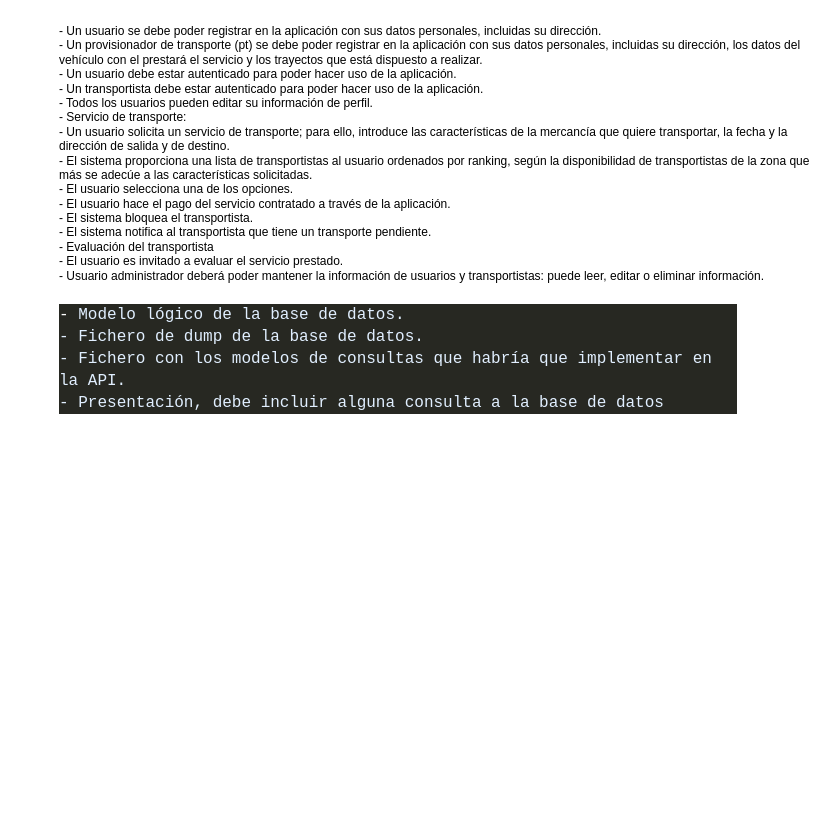
Before: Diagrama sin título.drawio in Factoria-F5-Git/mudapp-loquetucorazontediga, a draw.io diagram. Source tidied: cells renumbered, new cells numbered last; positions are measured from the earlier drawing's top-left corner, leaving out a move shared by most shapes. Both pictures are drawn from the tidied source at 100%, with x=0, y=0 at pixel (57, 17).
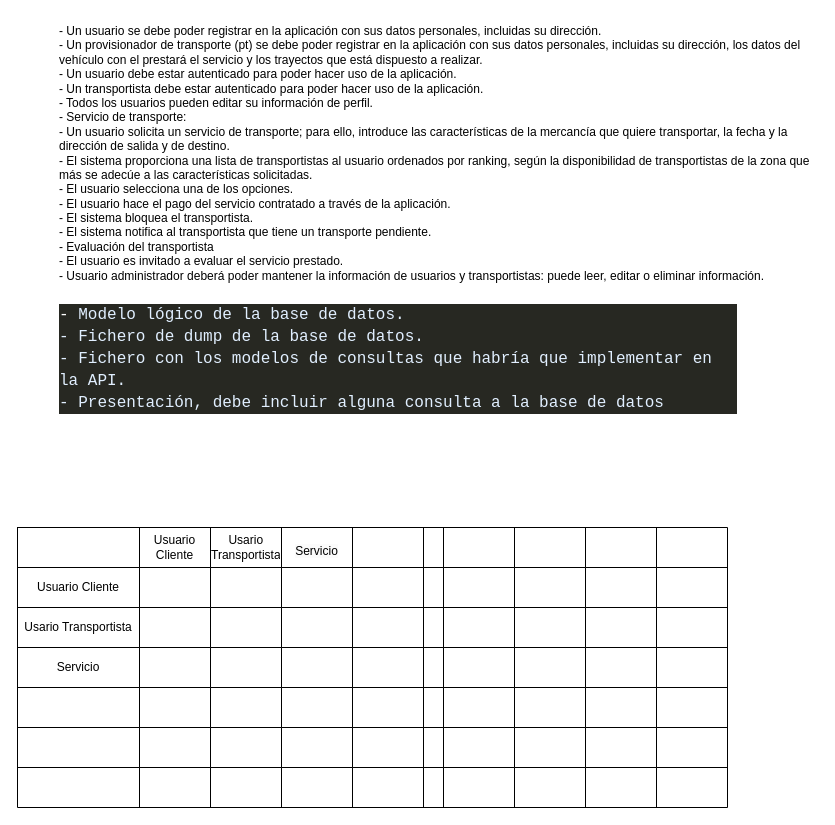
The same page after the edit.

What changed in the source:
```diff
@@
+    <mxCell id="4" style="shape=table;startSize=0;childLayout=tableLayout;" parent="1" vertex="1">
+      <mxGeometry x="-40" y="510" width="710" height="280" as="geometry" />
+    </mxCell>
+    <mxCell id="5" style="shape=tableRow;horizontal=0;startSize=0;swimlaneHead=0;swimlaneBody=0;strokeColor=inherit;top=0;left=0;bottom=0;right=0;fillColor=none;" parent="4" vertex="1">
+      <mxGeometry width="710" height="40" as="geometry" />
+    </mxCell>
+    <mxCell id="6" style="shape=partialRectangle;html=1;whiteSpace=wrap;strokeColor=inherit;overflow=hidden;fillColor=none;top=0;left=0;bottom=0;right=0;" parent="5" vertex="1">
+      <mxGeometry width="122" height="40" as="geometry" />
+    </mxCell>
+    <mxCell id="7" value="Usuario Cliente" style="shape=partialRectangle;html=1;whiteSpace=wrap;strokeColor=inherit;overflow=hidden;fillColor=none;top=0;left=0;bottom=0;right=0;" parent="5" vertex="1">
+      <mxGeometry x="122" width="71" height="40" as="geometry" />
+    </mxCell>
+    <mxCell id="8" value="Usario Transportista" style="shape=partialRectangle;html=1;whiteSpace=wrap;strokeColor=inherit;overflow=hidden;fillColor=none;top=0;left=0;bottom=0;right=0;" parent="5" vertex="1">
+      <mxGeometry x="193" width="71" height="40" as="geometry" />
+    </mxCell>
+    <mxCell id="9" value="&#10;&lt;span style=&quot;color: rgb(0, 0, 0); font-family: Helvetica; font-size: 12px; font-style: normal; font-variant-ligatures: normal; font-variant-caps: normal; font-weight: 400; letter-spacing: normal; orphans: 2; text-align: center; text-indent: 0px; text-transform: none; widows: 2; word-spacing: 0px; -webkit-text-stroke-width: 0px; background-color: rgb(251, 251, 251); text-decoration-thickness: initial; text-decoration-style: initial; text-decoration-color: initial; float: none; display: inline !important;&quot;&gt;Servicio&lt;/span&gt;&#10;&#10;" style="shape=partialRectangle;html=1;whiteSpace=wrap;strokeColor=inherit;overflow=hidden;fillColor=none;top=0;left=0;bottom=0;right=0;" parent="5" vertex="1">
+      <mxGeometry x="264" width="71" height="40" as="geometry" />
+    </mxCell>
+    <mxCell id="10" style="shape=partialRectangle;html=1;whiteSpace=wrap;strokeColor=inherit;overflow=hidden;fillColor=none;top=0;left=0;bottom=0;right=0;" parent="5" vertex="1">
+      <mxGeometry x="335" width="71" height="40" as="geometry" />
+    </mxCell>
+    <mxCell id="11" style="shape=partialRectangle;html=1;whiteSpace=wrap;strokeColor=inherit;overflow=hidden;fillColor=none;top=0;left=0;bottom=0;right=0;" parent="5" vertex="1">
+      <mxGeometry x="406" width="20" height="40" as="geometry" />
+    </mxCell>
+    <mxCell id="12" style="shape=partialRectangle;html=1;whiteSpace=wrap;strokeColor=inherit;overflow=hidden;fillColor=none;top=0;left=0;bottom=0;right=0;" parent="5" vertex="1">
+      <mxGeometry x="426" width="71" height="40" as="geometry" />
+    </mxCell>
+    <mxCell id="13" style="shape=partialRectangle;html=1;whiteSpace=wrap;strokeColor=inherit;overflow=hidden;fillColor=none;top=0;left=0;bottom=0;right=0;" parent="5" vertex="1">
+      <mxGeometry x="497" width="71" height="40" as="geometry" />
+    </mxCell>
+    <mxCell id="14" style="shape=partialRectangle;html=1;whiteSpace=wrap;strokeColor=inherit;overflow=hidden;fillColor=none;top=0;left=0;bottom=0;right=0;" parent="5" vertex="1">
+      <mxGeometry x="568" width="71" height="40" as="geometry" />
+    </mxCell>
+    <mxCell id="15" style="shape=partialRectangle;html=1;whiteSpace=wrap;strokeColor=inherit;overflow=hidden;fillColor=none;top=0;left=0;bottom=0;right=0;" parent="5" vertex="1">
+      <mxGeometry x="639" width="71" height="40" as="geometry" />
+    </mxCell>
+    <mxCell id="16" style="shape=tableRow;horizontal=0;startSize=0;swimlaneHead=0;swimlaneBody=0;strokeColor=inherit;top=0;left=0;bottom=0;right=0;fillColor=none;" parent="4" vertex="1">
+      <mxGeometry y="40" width="710" height="40" as="geometry" />
+    </mxCell>
+    <mxCell id="17" value="Usuario Cliente" style="shape=partialRectangle;html=1;whiteSpace=wrap;strokeColor=inherit;overflow=hidden;fillColor=none;top=0;left=0;bottom=0;right=0;" parent="16" vertex="1">
+      <mxGeometry width="122" height="40" as="geometry" />
+    </mxCell>
+    <mxCell id="18" style="shape=partialRectangle;html=1;whiteSpace=wrap;strokeColor=inherit;overflow=hidden;fillColor=none;top=0;left=0;bottom=0;right=0;" parent="16" vertex="1">
+      <mxGeometry x="122" width="71" height="40" as="geometry" />
+    </mxCell>
+    <mxCell id="19" style="shape=partialRectangle;html=1;whiteSpace=wrap;strokeColor=inherit;overflow=hidden;fillColor=none;top=0;left=0;bottom=0;right=0;" parent="16" vertex="1">
+      <mxGeometry x="193" width="71" height="40" as="geometry" />
+    </mxCell>
+    <mxCell id="20" style="shape=partialRectangle;html=1;whiteSpace=wrap;strokeColor=inherit;overflow=hidden;fillColor=none;top=0;left=0;bottom=0;right=0;" parent="16" vertex="1">
+      <mxGeometry x="264" width="71" height="40" as="geometry" />
+    </mxCell>
+    <mxCell id="21" style="shape=partialRectangle;html=1;whiteSpace=wrap;strokeColor=inherit;overflow=hidden;fillColor=none;top=0;left=0;bottom=0;right=0;" parent="16" vertex="1">
+      <mxGeometry x="335" width="71" height="40" as="geometry" />
+    </mxCell>
+    <mxCell id="22" style="shape=partialRectangle;html=1;whiteSpace=wrap;strokeColor=inherit;overflow=hidden;fillColor=none;top=0;left=0;bottom=0;right=0;" parent="16" vertex="1">
+      <mxGeometry x="406" width="20" height="40" as="geometry" />
+    </mxCell>
+    <mxCell id="23" style="shape=partialRectangle;html=1;whiteSpace=wrap;strokeColor=inherit;overflow=hidden;fillColor=none;top=0;left=0;bottom=0;right=0;" parent="16" vertex="1">
+      <mxGeometry x="426" width="71" height="40" as="geometry" />
+    </mxCell>
+    <mxCell id="24" style="shape=partialRectangle;html=1;whiteSpace=wrap;strokeColor=inherit;overflow=hidden;fillColor=none;top=0;left=0;bottom=0;right=0;" parent="16" vertex="1">
+      <mxGeometry x="497" width="71" height="40" as="geometry" />
+    </mxCell>
+    <mxCell id="25" style="shape=partialRectangle;html=1;whiteSpace=wrap;strokeColor=inherit;overflow=hidden;fillColor=none;top=0;left=0;bottom=0;right=0;" parent="16" vertex="1">
+      <mxGeometry x="568" width="71" height="40" as="geometry" />
+    </mxCell>
+    <mxCell id="26" style="shape=partialRectangle;html=1;whiteSpace=wrap;strokeColor=inherit;overflow=hidden;fillColor=none;top=0;left=0;bottom=0;right=0;" parent="16" vertex="1">
+      <mxGeometry x="639" width="71" height="40" as="geometry" />
+    </mxCell>
+    <mxCell id="27" style="shape=tableRow;horizontal=0;startSize=0;swimlaneHead=0;swimlaneBody=0;strokeColor=inherit;top=0;left=0;bottom=0;right=0;fillColor=none;" parent="4" vertex="1">
+      <mxGeometry y="80" width="710" height="40" as="geometry" />
+    </mxCell>
+    <mxCell id="28" value="Usario Transportista" style="shape=partialRectangle;html=1;whiteSpace=wrap;strokeColor=inherit;overflow=hidden;fillColor=none;top=0;left=0;bottom=0;right=0;" parent="27" vertex="1">
+      <mxGeometry width="122" height="40" as="geometry" />
+    </mxCell>
+    <mxCell id="29" style="shape=partialRectangle;html=1;whiteSpace=wrap;strokeColor=inherit;overflow=hidden;fillColor=none;top=0;left=0;bottom=0;right=0;" parent="27" vertex="1">
+      <mxGeometry x="122" width="71" height="40" as="geometry" />
+    </mxCell>
+    <mxCell id="30" style="shape=partialRectangle;html=1;whiteSpace=wrap;strokeColor=inherit;overflow=hidden;fillColor=none;top=0;left=0;bottom=0;right=0;" parent="27" vertex="1">
+      <mxGeometry x="193" width="71" height="40" as="geometry" />
+    </mxCell>
+    <mxCell id="31" style="shape=partialRectangle;html=1;whiteSpace=wrap;strokeColor=inherit;overflow=hidden;fillColor=none;top=0;left=0;bottom=0;right=0;" parent="27" vertex="1">
+      <mxGeometry x="264" width="71" height="40" as="geometry" />
+    </mxCell>
+    <mxCell id="32" style="shape=partialRectangle;html=1;whiteSpace=wrap;strokeColor=inherit;overflow=hidden;fillColor=none;top=0;left=0;bottom=0;right=0;" parent="27" vertex="1">
+      <mxGeometry x="335" width="71" height="40" as="geometry" />
+    </mxCell>
+    <mxCell id="33" style="shape=partialRectangle;html=1;whiteSpace=wrap;strokeColor=inherit;overflow=hidden;fillColor=none;top=0;left=0;bottom=0;right=0;" parent="27" vertex="1">
+      <mxGeometry x="406" width="20" height="40" as="geometry" />
+    </mxCell>
+    <mxCell id="34" style="shape=partialRectangle;html=1;whiteSpace=wrap;strokeColor=inherit;overflow=hidden;fillColor=none;top=0;left=0;bottom=0;right=0;" parent="27" vertex="1">
+      <mxGeometry x="426" width="71" height="40" as="geometry" />
+    </mxCell>
+    <mxCell id="35" style="shape=partialRectangle;html=1;whiteSpace=wrap;strokeColor=inherit;overflow=hidden;fillColor=none;top=0;left=0;bottom=0;right=0;" parent="27" vertex="1">
+      <mxGeometry x="497" width="71" height="40" as="geometry" />
+    </mxCell>
+    <mxCell id="36" style="shape=partialRectangle;html=1;whiteSpace=wrap;strokeColor=inherit;overflow=hidden;fillColor=none;top=0;left=0;bottom=0;right=0;" parent="27" vertex="1">
+      <mxGeometry x="568" width="71" height="40" as="geometry" />
+    </mxCell>
+    <mxCell id="37" style="shape=partialRectangle;html=1;whiteSpace=wrap;strokeColor=inherit;overflow=hidden;fillColor=none;top=0;left=0;bottom=0;right=0;" parent="27" vertex="1">
+      <mxGeometry x="639" width="71" height="40" as="geometry" />
+    </mxCell>
+    <mxCell id="38" style="shape=tableRow;horizontal=0;startSize=0;swimlaneHead=0;swimlaneBody=0;strokeColor=inherit;top=0;left=0;bottom=0;right=0;fillColor=none;" parent="4" vertex="1">
+      <mxGeometry y="120" width="710" height="40" as="geometry" />
+    </mxCell>
+    <mxCell id="39" value="Servicio" style="shape=partialRectangle;html=1;whiteSpace=wrap;strokeColor=inherit;overflow=hidden;fillColor=none;top=0;left=0;bottom=0;right=0;" parent="38" vertex="1">
+      <mxGeometry width="122" height="40" as="geometry" />
+    </mxCell>
+    <mxCell id="40" style="shape=partialRectangle;html=1;whiteSpace=wrap;strokeColor=inherit;overflow=hidden;fillColor=none;top=0;left=0;bottom=0;right=0;" parent="38" vertex="1">
+      <mxGeometry x="122" width="71" height="40" as="geometry" />
+    </mxCell>
+    <mxCell id="41" style="shape=partialRectangle;html=1;whiteSpace=wrap;strokeColor=inherit;overflow=hidden;fillColor=none;top=0;left=0;bottom=0;right=0;" parent="38" vertex="1">
+      <mxGeometry x="193" width="71" height="40" as="geometry" />
+    </mxCell>
+    <mxCell id="42" style="shape=partialRectangle;html=1;whiteSpace=wrap;strokeColor=inherit;overflow=hidden;fillColor=none;top=0;left=0;bottom=0;right=0;" parent="38" vertex="1">
+      <mxGeometry x="264" width="71" height="40" as="geometry" />
+    </mxCell>
+    <mxCell id="43" style="shape=partialRectangle;html=1;whiteSpace=wrap;strokeColor=inherit;overflow=hidden;fillColor=none;top=0;left=0;bottom=0;right=0;" parent="38" vertex="1">
+      <mxGeometry x="335" width="71" height="40" as="geometry" />
+    </mxCell>
+    <mxCell id="44" style="shape=partialRectangle;html=1;whiteSpace=wrap;strokeColor=inherit;overflow=hidden;fillColor=none;top=0;left=0;bottom=0;right=0;" parent="38" vertex="1">
+      <mxGeometry x="406" width="20" height="40" as="geometry" />
+    </mxCell>
+    <mxCell id="45" style="shape=partialRectangle;html=1;whiteSpace=wrap;strokeColor=inherit;overflow=hidden;fillColor=none;top=0;left=0;bottom=0;right=0;" parent="38" vertex="1">
+      <mxGeometry x="426" width="71" height="40" as="geometry" />
+    </mxCell>
+    <mxCell id="46" style="shape=partialRectangle;html=1;whiteSpace=wrap;strokeColor=inherit;overflow=hidden;fillColor=none;top=0;left=0;bottom=0;right=0;" parent="38" vertex="1">
+      <mxGeometry x="497" width="71" height="40" as="geometry" />
+    </mxCell>
+    <mxCell id="47" style="shape=partialRectangle;html=1;whiteSpace=wrap;strokeColor=inherit;overflow=hidden;fillColor=none;top=0;left=0;bottom=0;right=0;" parent="38" vertex="1">
+      <mxGeometry x="568" width="71" height="40" as="geometry" />
+    </mxCell>
+    <mxCell id="48" style="shape=partialRectangle;html=1;whiteSpace=wrap;strokeColor=inherit;overflow=hidden;fillColor=none;top=0;left=0;bottom=0;right=0;" parent="38" vertex="1">
+      <mxGeometry x="639" width="71" height="40" as="geometry" />
+    </mxCell>
+    <mxCell id="49" style="shape=tableRow;horizontal=0;startSize=0;swimlaneHead=0;swimlaneBody=0;strokeColor=inherit;top=0;left=0;bottom=0;right=0;fillColor=none;" parent="4" vertex="1">
+      <mxGeometry y="160" width="710" height="40" as="geometry" />
+    </mxCell>
+    <mxCell id="50" style="shape=partialRectangle;html=1;whiteSpace=wrap;strokeColor=inherit;overflow=hidden;fillColor=none;top=0;left=0;bottom=0;right=0;" parent="49" vertex="1">
+      <mxGeometry width="122" height="40" as="geometry" />
+    </mxCell>
+    <mxCell id="51" style="shape=partialRectangle;html=1;whiteSpace=wrap;strokeColor=inherit;overflow=hidden;fillColor=none;top=0;left=0;bottom=0;right=0;" parent="49" vertex="1">
+      <mxGeometry x="122" width="71" height="40" as="geometry" />
+    </mxCell>
+    <mxCell id="52" style="shape=partialRectangle;html=1;whiteSpace=wrap;strokeColor=inherit;overflow=hidden;fillColor=none;top=0;left=0;bottom=0;right=0;" parent="49" vertex="1">
+      <mxGeometry x="193" width="71" height="40" as="geometry" />
+    </mxCell>
+    <mxCell id="53" style="shape=partialRectangle;html=1;whiteSpace=wrap;strokeColor=inherit;overflow=hidden;fillColor=none;top=0;left=0;bottom=0;right=0;" parent="49" vertex="1">
+      <mxGeometry x="264" width="71" height="40" as="geometry" />
+    </mxCell>
+    <mxCell id="54" style="shape=partialRectangle;html=1;whiteSpace=wrap;strokeColor=inherit;overflow=hidden;fillColor=none;top=0;left=0;bottom=0;right=0;" parent="49" vertex="1">
+      <mxGeometry x="335" width="71" height="40" as="geometry" />
+    </mxCell>
+    <mxCell id="55" style="shape=partialRectangle;html=1;whiteSpace=wrap;strokeColor=inherit;overflow=hidden;fillColor=none;top=0;left=0;bottom=0;right=0;" parent="49" vertex="1">
+      <mxGeometry x="406" width="20" height="40" as="geometry" />
+    </mxCell>
+    <mxCell id="56" style="shape=partialRectangle;html=1;whiteSpace=wrap;strokeColor=inherit;overflow=hidden;fillColor=none;top=0;left=0;bottom=0;right=0;" parent="49" vertex="1">
+      <mxGeometry x="426" width="71" height="40" as="geometry" />
+    </mxCell>
+    <mxCell id="57" style="shape=partialRectangle;html=1;whiteSpace=wrap;strokeColor=inherit;overflow=hidden;fillColor=none;top=0;left=0;bottom=0;right=0;" parent="49" vertex="1">
+      <mxGeometry x="497" width="71" height="40" as="geometry" />
+    </mxCell>
+    <mxCell id="58" style="shape=partialRectangle;html=1;whiteSpace=wrap;strokeColor=inherit;overflow=hidden;fillColor=none;top=0;left=0;bottom=0;right=0;" parent="49" vertex="1">
+      <mxGeometry x="568" width="71" height="40" as="geometry" />
+    </mxCell>
+    <mxCell id="59" style="shape=partialRectangle;html=1;whiteSpace=wrap;strokeColor=inherit;overflow=hidden;fillColor=none;top=0;left=0;bottom=0;right=0;" parent="49" vertex="1">
+      <mxGeometry x="639" width="71" height="40" as="geometry" />
+    </mxCell>
+    <mxCell id="60" style="shape=tableRow;horizontal=0;startSize=0;swimlaneHead=0;swimlaneBody=0;strokeColor=inherit;top=0;left=0;bottom=0;right=0;fillColor=none;" parent="4" vertex="1">
+      <mxGeometry y="200" width="710" height="40" as="geometry" />
+    </mxCell>
+    <mxCell id="61" style="shape=partialRectangle;html=1;whiteSpace=wrap;strokeColor=inherit;overflow=hidden;fillColor=none;top=0;left=0;bottom=0;right=0;" parent="60" vertex="1">
+      <mxGeometry width="122" height="40" as="geometry" />
+    </mxCell>
+    <mxCell id="62" style="shape=partialRectangle;html=1;whiteSpace=wrap;strokeColor=inherit;overflow=hidden;fillColor=none;top=0;left=0;bottom=0;right=0;" parent="60" vertex="1">
+      <mxGeometry x="122" width="71" height="40" as="geometry" />
+    </mxCell>
+    <mxCell id="63" style="shape=partialRectangle;html=1;whiteSpace=wrap;strokeColor=inherit;overflow=hidden;fillColor=none;top=0;left=0;bottom=0;right=0;" parent="60" vertex="1">
+      <mxGeometry x="193" width="71" height="40" as="geometry" />
+    </mxCell>
+    <mxCell id="64" style="shape=partialRectangle;html=1;whiteSpace=wrap;strokeColor=inherit;overflow=hidden;fillColor=none;top=0;left=0;bottom=0;right=0;" parent="60" vertex="1">
+      <mxGeometry x="264" width="71" height="40" as="geometry" />
+    </mxCell>
+    <mxCell id="65" style="shape=partialRectangle;html=1;whiteSpace=wrap;strokeColor=inherit;overflow=hidden;fillColor=none;top=0;left=0;bottom=0;right=0;" parent="60" vertex="1">
+      <mxGeometry x="335" width="71" height="40" as="geometry" />
+    </mxCell>
+    <mxCell id="66" style="shape=partialRectangle;html=1;whiteSpace=wrap;strokeColor=inherit;overflow=hidden;fillColor=none;top=0;left=0;bottom=0;right=0;" parent="60" vertex="1">
+      <mxGeometry x="406" width="20" height="40" as="geometry" />
+    </mxCell>
+    <mxCell id="67" style="shape=partialRectangle;html=1;whiteSpace=wrap;strokeColor=inherit;overflow=hidden;fillColor=none;top=0;left=0;bottom=0;right=0;" parent="60" vertex="1">
+      <mxGeometry x="426" width="71" height="40" as="geometry" />
+    </mxCell>
+    <mxCell id="68" style="shape=partialRectangle;html=1;whiteSpace=wrap;strokeColor=inherit;overflow=hidden;fillColor=none;top=0;left=0;bottom=0;right=0;" parent="60" vertex="1">
+      <mxGeometry x="497" width="71" height="40" as="geometry" />
+    </mxCell>
+    <mxCell id="69" style="shape=partialRectangle;html=1;whiteSpace=wrap;strokeColor=inherit;overflow=hidden;fillColor=none;top=0;left=0;bottom=0;right=0;" parent="60" vertex="1">
+      <mxGeometry x="568" width="71" height="40" as="geometry" />
+    </mxCell>
+    <mxCell id="70" style="shape=partialRectangle;html=1;whiteSpace=wrap;strokeColor=inherit;overflow=hidden;fillColor=none;top=0;left=0;bottom=0;right=0;" parent="60" vertex="1">
+      <mxGeometry x="639" width="71" height="40" as="geometry" />
+    </mxCell>
+    <mxCell id="71" style="shape=tableRow;horizontal=0;startSize=0;swimlaneHead=0;swimlaneBody=0;strokeColor=inherit;top=0;left=0;bottom=0;right=0;fillColor=none;" parent="4" vertex="1">
+      <mxGeometry y="240" width="710" height="40" as="geometry" />
+    </mxCell>
+    <mxCell id="72" style="shape=partialRectangle;html=1;whiteSpace=wrap;strokeColor=inherit;overflow=hidden;fillColor=none;top=0;left=0;bottom=0;right=0;" parent="71" vertex="1">
+      <mxGeometry width="122" height="40" as="geometry" />
+    </mxCell>
+    <mxCell id="73" style="shape=partialRectangle;html=1;whiteSpace=wrap;strokeColor=inherit;overflow=hidden;fillColor=none;top=0;left=0;bottom=0;right=0;" parent="71" vertex="1">
+      <mxGeometry x="122" width="71" height="40" as="geometry" />
+    </mxCell>
+    <mxCell id="74" style="shape=partialRectangle;html=1;whiteSpace=wrap;strokeColor=inherit;overflow=hidden;fillColor=none;top=0;left=0;bottom=0;right=0;" parent="71" vertex="1">
+      <mxGeometry x="193" width="71" height="40" as="geometry" />
+    </mxCell>
+    <mxCell id="75" style="shape=partialRectangle;html=1;whiteSpace=wrap;strokeColor=inherit;overflow=hidden;fillColor=none;top=0;left=0;bottom=0;right=0;" parent="71" vertex="1">
+      <mxGeometry x="264" width="71" height="40" as="geometry" />
+    </mxCell>
+    <mxCell id="76" style="shape=partialRectangle;html=1;whiteSpace=wrap;strokeColor=inherit;overflow=hidden;fillColor=none;top=0;left=0;bottom=0;right=0;" parent="71" vertex="1">
+      <mxGeometry x="335" width="71" height="40" as="geometry" />
+    </mxCell>
+    <mxCell id="77" style="shape=partialRectangle;html=1;whiteSpace=wrap;strokeColor=inherit;overflow=hidden;fillColor=none;top=0;left=0;bottom=0;right=0;" parent="71" vertex="1">
+      <mxGeometry x="406" width="20" height="40" as="geometry" />
+    </mxCell>
+    <mxCell id="78" style="shape=partialRectangle;html=1;whiteSpace=wrap;strokeColor=inherit;overflow=hidden;fillColor=none;top=0;left=0;bottom=0;right=0;" parent="71" vertex="1">
+      <mxGeometry x="426" width="71" height="40" as="geometry" />
+    </mxCell>
+    <mxCell id="79" style="shape=partialRectangle;html=1;whiteSpace=wrap;strokeColor=inherit;overflow=hidden;fillColor=none;top=0;left=0;bottom=0;right=0;" parent="71" vertex="1">
+      <mxGeometry x="497" width="71" height="40" as="geometry" />
+    </mxCell>
+    <mxCell id="80" style="shape=partialRectangle;html=1;whiteSpace=wrap;strokeColor=inherit;overflow=hidden;fillColor=none;top=0;left=0;bottom=0;right=0;" parent="71" vertex="1">
+      <mxGeometry x="568" width="71" height="40" as="geometry" />
+    </mxCell>
+    <mxCell id="81" style="shape=partialRectangle;html=1;whiteSpace=wrap;strokeColor=inherit;overflow=hidden;fillColor=none;top=0;left=0;bottom=0;right=0;" parent="71" vertex="1">
+      <mxGeometry x="639" width="71" height="40" as="geometry" />
+    </mxCell>
```
